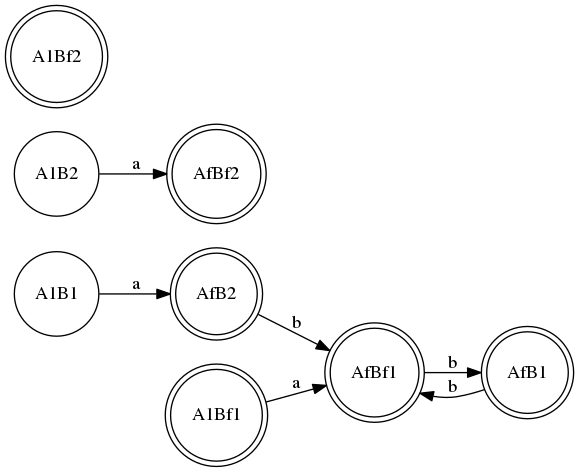
Above: exitTest.png in Caramelo18/COMP-Project (Graphviz), before the change. Its source is kept beside it as exitTest.dot.
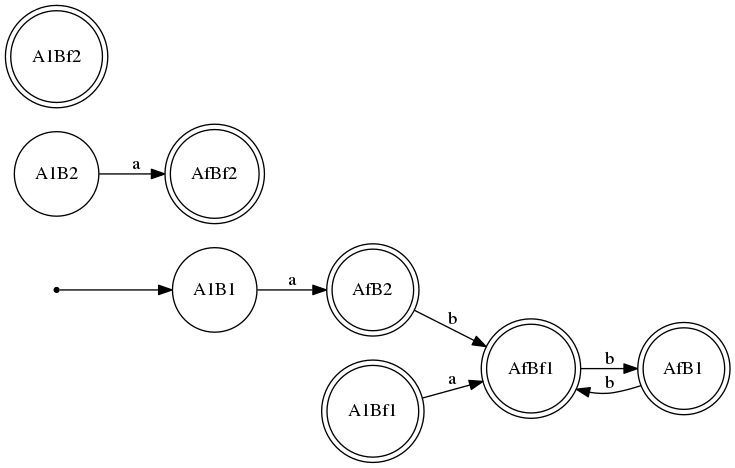
After the commit.

The edit, as a diff of the source:
```diff
@@ -1,5 +1,6 @@
 digraph {
 	graph [ "rankdir"="LR" ];
+	"AiBi" ["shape"="point"];
 	"AfBf1" ["shape"="doublecircle"];
 	"AfBf2" ["shape"="doublecircle"];
 	"AfB1" ["shape"="doublecircle"];
@@ -8,6 +9,7 @@
 	"A1Bf2" ["shape"="doublecircle"];
 	"A1B1" ["shape"="circle"];
 	"A1B2" ["shape"="circle"];
+	"AiBi" -> "A1B1" ;
 	"A1B1" -> "AfB2" ["label"="a"];
 	"A1B2" -> "AfBf2" ["label"="a"];
 	"A1Bf1" -> "AfBf1" ["label"="a"];
```
